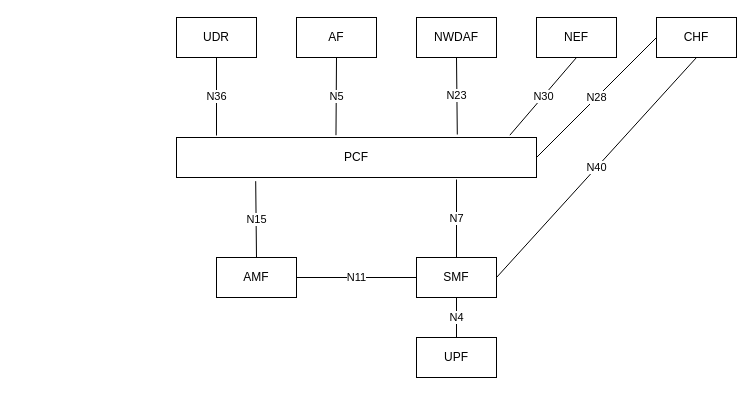
The draw.io diagram page "PCF/CHF" (2 of 2) of documentation/images/diagrams.drawio in emanuelfreitas/3gpp-documentation, before the edit. Source tidied: cells renumbered, new cells numbered last; positions are measured from the earlier drawing's top-left corner, leaving out a move shared by most shapes. Both pictures are drawn from the tidied source at 100%, with x=0, y=0 at pixel (176, 17).
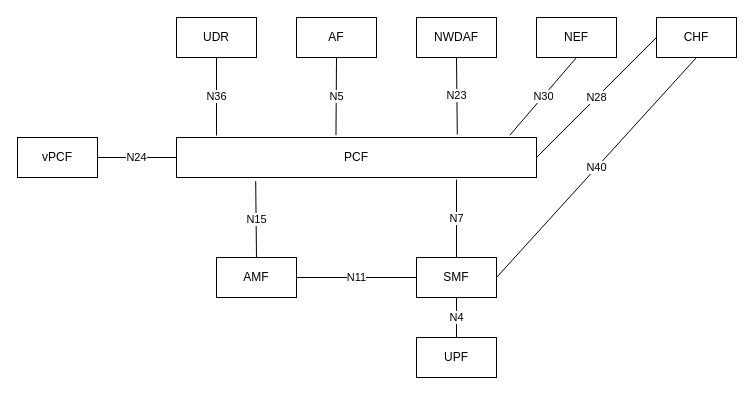
The same page after the edit.

Unchanged cells that the change refers to:
```xml
<mxCell id="2" value="PCF" style="rounded=0;whiteSpace=wrap;html=1;" parent="1" vertex="1">
  <mxGeometry y="120" width="360" height="40" as="geometry" />
</mxCell>
```

What changed in the source:
```diff
@@
+    <mxCell id="21" value="vPCF" style="rounded=0;whiteSpace=wrap;html=1;" parent="1" vertex="1">
+      <mxGeometry x="-159" y="120" width="80" height="40" as="geometry" />
+    </mxCell>
+    <mxCell id="22" value="N24" style="endArrow=none;html=1;entryX=1;entryY=0.5;entryDx=0;entryDy=0;exitX=0;exitY=0.5;exitDx=0;exitDy=0;" parent="1" edge="1" source="2" target="21">
+      <mxGeometry relative="1" as="geometry" />
+    </mxCell>
```
